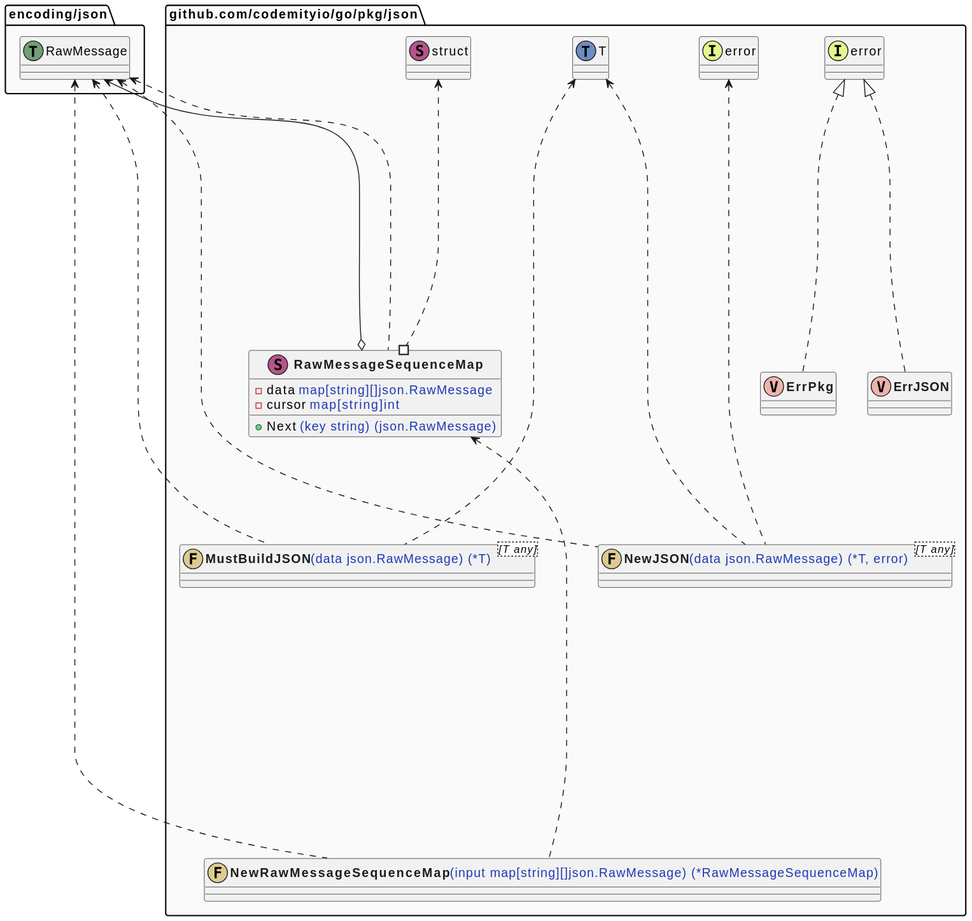
codemityio/go keeps this PlantUML diagram as pkg/json/graph.svg. Above is the earlier version.
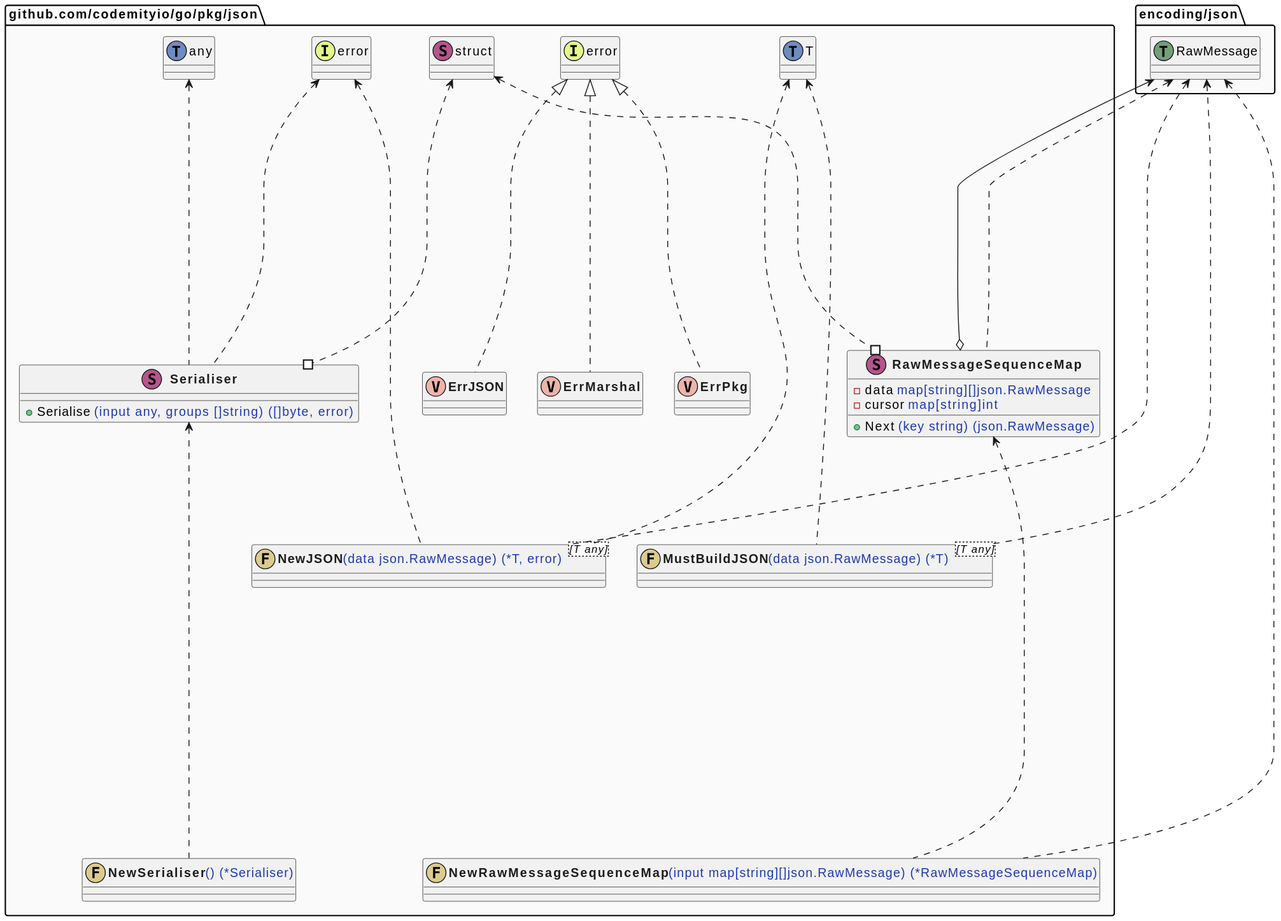
After the commit.

Change to the diagram source:
```diff
@@ -11,11 +11,16 @@
         - cursor <font color=#1f38b5>map[string]int</font>
         + Next <font color=#1f38b5>(key string) (json.RawMessage)</font>
     }
+    class "<b><font color=#1c1c1c>Serialiser</font></b>" as github_com_codemityio_go_pkg_json_Serialiser << (S, #b5558d) >> {
+        + Serialise <font color=#1f38b5>(input any, groups []string) ([]byte, error)</font>
+    }
     class "<b><font color=#1c1c1c>ErrPkg</font></b>" as github_com_codemityio_go_pkg_json_ErrPkg << (V, #edb4ab) >> {}
     class "<b><font color=#1c1c1c>ErrJSON</font></b>" as github_com_codemityio_go_pkg_json_ErrJSON << (V, #edb4ab) >> {}
-    class "<b><font color=#1c1c1c>NewRawMessageSequenceMap</font></b><font color=#1f38b5>(input map[string][]json.RawMessage) (*RawMessageSequenceMap)</font>" as github_com_codemityio_go_pkg_json_NewRawMessageSequenceMap << (F, #dbcb8f) >> {}
+    class "<b><font color=#1c1c1c>ErrMarshal</font></b>" as github_com_codemityio_go_pkg_json_ErrMarshal << (V, #edb4ab) >> {}
     class "<b><font color=#1c1c1c>MustBuildJSON</font></b><font color=#1f38b5>(data json.RawMessage) (*T)</font><[T any]>" as github_com_codemityio_go_pkg_json_MustBuildJSON << (F, #dbcb8f) >> {}
     class "<b><font color=#1c1c1c>NewJSON</font></b><font color=#1f38b5>(data json.RawMessage) (*T, error)</font><[T any]>" as github_com_codemityio_go_pkg_json_NewJSON << (F, #dbcb8f) >> {}
+    class "<b><font color=#1c1c1c>NewRawMessageSequenceMap</font></b><font color=#1f38b5>(input map[string][]json.RawMessage) (*RawMessageSequenceMap)</font>" as github_com_codemityio_go_pkg_json_NewRawMessageSequenceMap << (F, #dbcb8f) >> {}
+    class "<b><font color=#1c1c1c>NewSerialiser</font></b><font color=#1f38b5>() (*Serialiser)</font>" as github_com_codemityio_go_pkg_json_NewSerialiser << (F, #dbcb8f) >> {}
 }
 package "github.com/codemityio/go/pkg/json" as github_com_codemityio_go_pkg_json {
     class "struct" as _struct << (S, #b5558d) >> {}
@@ -25,11 +30,12 @@
     package "encoding/json" as .encoding_json {
         class "RawMessage" as encoding_json_RawMessage << (T, #739e78) >> {}
     }
+    class "struct" as _struct << (S, #b5558d) >> {}
+    class "any" as _any << (T, #6d8cbf) >> {}
+    class "error" as _error << (I, #e4f58e) >> {}
     class "error" as error << (I, #e4f58e) >> {}
     class "error" as error << (I, #e4f58e) >> {}
-    package "encoding/json" as .encoding_json {
-        class "RawMessage" as encoding_json_RawMessage << (T, #739e78) >> {}
-    }
+    class "error" as error << (I, #e4f58e) >> {}
     package "encoding/json" as .encoding_json {
         class "RawMessage" as encoding_json_RawMessage << (T, #739e78) >> {}
     }
@@ -39,19 +45,27 @@
     }
     class "T" as github_com_codemityio_go_pkg_json_T << (T, #6d8cbf) >> {}
     class "error" as _error << (I, #e4f58e) >> {}
+    package "encoding/json" as .encoding_json {
+        class "RawMessage" as encoding_json_RawMessage << (T, #739e78) >> {}
+    }
 }
 package "github.com/codemityio/go/pkg/json" as github_com_codemityio_go_pkg_json {
     github_com_codemityio_go_pkg_json_RawMessageSequenceMap #...up...> _struct
     github_com_codemityio_go_pkg_json_RawMessageSequenceMap o---up---> encoding_json_RawMessage
     github_com_codemityio_go_pkg_json_RawMessageSequenceMap ...up...> encoding_json_RawMessage
+    github_com_codemityio_go_pkg_json_Serialiser #...up...> _struct
+    github_com_codemityio_go_pkg_json_Serialiser ...up...> _any
+    github_com_codemityio_go_pkg_json_Serialiser ...up...> _error
     github_com_codemityio_go_pkg_json_ErrPkg ...up...|> error
     github_com_codemityio_go_pkg_json_ErrJSON ...up...|> error
-    github_com_codemityio_go_pkg_json_NewRawMessageSequenceMap ....up....> encoding_json_RawMessage
-    github_com_codemityio_go_pkg_json_NewRawMessageSequenceMap ....up....> github_com_codemityio_go_pkg_json_RawMessageSequenceMap
+    github_com_codemityio_go_pkg_json_ErrMarshal ...up...|> error
     github_com_codemityio_go_pkg_json_MustBuildJSON ....up....> encoding_json_RawMessage
     github_com_codemityio_go_pkg_json_MustBuildJSON ....up....> github_com_codemityio_go_pkg_json_T
     github_com_codemityio_go_pkg_json_NewJSON ....up....> encoding_json_RawMessage
     github_com_codemityio_go_pkg_json_NewJSON ....up....> github_com_codemityio_go_pkg_json_T
     github_com_codemityio_go_pkg_json_NewJSON ....up....> _error
+    github_com_codemityio_go_pkg_json_NewRawMessageSequenceMap ....up....> encoding_json_RawMessage
+    github_com_codemityio_go_pkg_json_NewRawMessageSequenceMap ....up....> github_com_codemityio_go_pkg_json_RawMessageSequenceMap
+    github_com_codemityio_go_pkg_json_NewSerialiser ....up....> github_com_codemityio_go_pkg_json_Serialiser
 }
 @enduml
```
